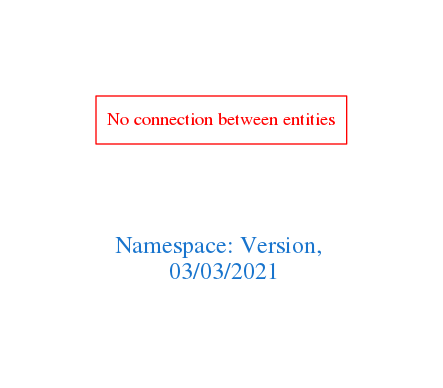
arago/OGIT keeps this Graphviz diagram as downloads/Version.png. Above is the earlier version. Its source is kept beside it as downloads/Version.dot.
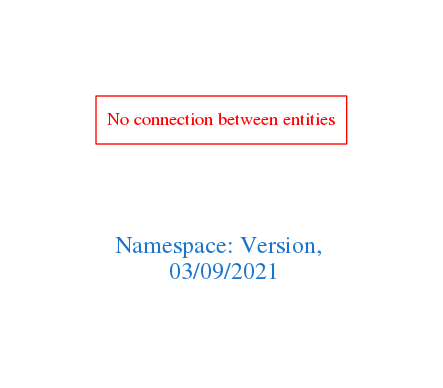
Later version of the same file.

Diff of the diagram source:
```diff
@@ -1,7 +1,7 @@
 digraph OGIT_ontology {
  graph [ rankdir= LR,pad=1
 fontsize = 18,
-fontcolor= dodgerblue3,label = "\n\n\nNamespace: Version, \n 03/03/2021"];
+fontcolor= dodgerblue3,label = "\n\n\nNamespace: Version, \n 03/09/2021"];
 node[shape=polygon];
 edge [  color="gray81"];
 
```
